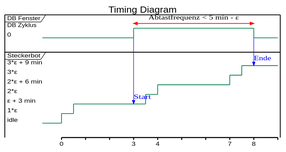
This is docs/uml/timing-botquery.svg from hftlclub/stecker-slackbot, a PlantUML export, as it was before one commit.
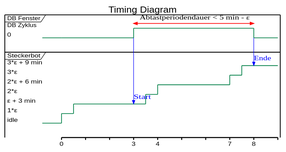
Later version of the same file.

Commit message:
Aussicht und Timingdiagramm

Change to the diagram source:
```diff
@@ -15,7 +15,7 @@
 3 is "DB Zyklus"
 8 is 0
 
-DB@3 <-> @8 : Abtastfrequenz < 5 min - ε
+DB@3 <-> @8 : \n Abtastperiodendauer < 5 min - ε
 
 @3
 DB -> BOT : Start
```
